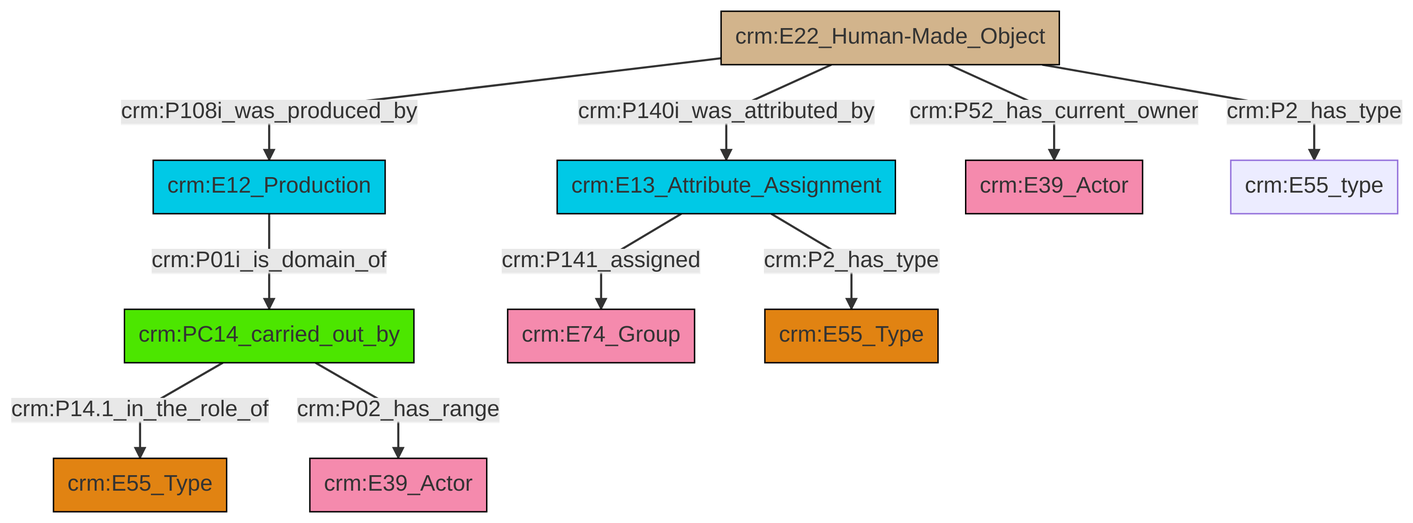
Above: et/builtWorkCSV/ttl/mmd/png/Built_Work_actor_relations.png in swiss-art-research-net/docs.swissartresearch (Mermaid), before the change. Its source is kept beside it as et/builtWorkCSV/ttl/mmd/Built_Work_actor_relations.ttl.mmd.
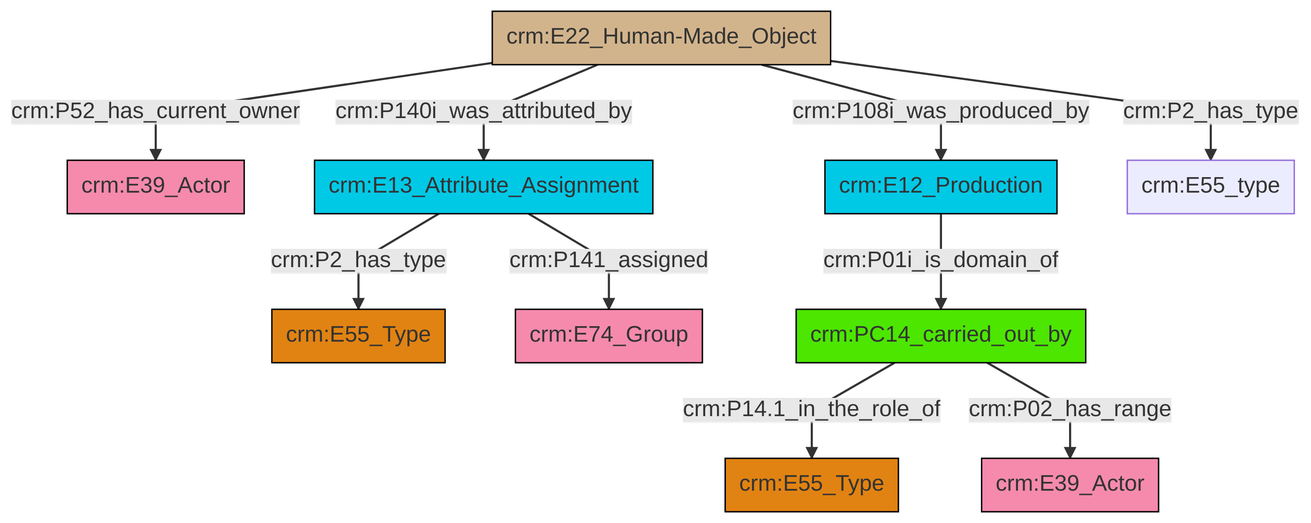
The same file after the commit.

Change to the diagram source:
```diff
@@ -13,12 +13,12 @@
 classDef PC_Classes fill:#4ce600, stroke:#000000;
 classDef Multi fill:#cccccc,stroke:#000000;
 
-0["crm:PC14_carried_out_by"]:::PC_Classes -->|crm:P14.1_in_the_role_of| 1["crm:E55_Type"]:::Type
-7["crm:E13_Attribute_Assignment"]:::Temporal_Entity -->|crm:P141_assigned| 2["crm:E74_Group"]:::Actor
-0["crm:PC14_carried_out_by"]:::PC_Classes -->|crm:P02_has_range| 10["crm:E39_Actor"]:::Actor
-7["crm:E13_Attribute_Assignment"]:::Temporal_Entity -->|crm:P2_has_type| 11["crm:E55_Type"]:::Type
-12["crm:E22_Human-Made_Object"]:::Physical_Thing -->|crm:P140i_was_attributed_by| 7["crm:E13_Attribute_Assignment"]:::Temporal_Entity
-5["crm:E12_Production"]:::Temporal_Entity -->|crm:P01i_is_domain_of| 0["crm:PC14_carried_out_by"]:::PC_Classes
-12["crm:E22_Human-Made_Object"]:::Physical_Thing -->|crm:P52_has_current_owner| 8["crm:E39_Actor"]:::Actor
-12["crm:E22_Human-Made_Object"]:::Physical_Thing -->|crm:P2_has_type| 13["crm:E55_type"]:::Default
-12["crm:E22_Human-Made_Object"]:::Physical_Thing -->|crm:P108i_was_produced_by| 5["crm:E12_Production"]:::Temporal_Entity
+0["crm:E22_Human-Made_Object"]:::Physical_Thing -->|crm:P52_has_current_owner| 1["crm:E39_Actor"]:::Actor
+0["crm:E22_Human-Made_Object"]:::Physical_Thing -->|crm:P108i_was_produced_by| 4["crm:E12_Production"]:::Temporal_Entity
+8["crm:PC14_carried_out_by"]:::PC_Classes -->|crm:P14.1_in_the_role_of| 9["crm:E55_Type"]:::Type
+0["crm:E22_Human-Made_Object"]:::Physical_Thing -->|crm:P140i_was_attributed_by| 12["crm:E13_Attribute_Assignment"]:::Temporal_Entity
+12["crm:E13_Attribute_Assignment"]:::Temporal_Entity -->|crm:P141_assigned| 6["crm:E74_Group"]:::Actor
+4["crm:E12_Production"]:::Temporal_Entity -->|crm:P01i_is_domain_of| 8["crm:PC14_carried_out_by"]:::PC_Classes
+0["crm:E22_Human-Made_Object"]:::Physical_Thing -->|crm:P2_has_type| 14["crm:E55_type"]:::Default
+12["crm:E13_Attribute_Assignment"]:::Temporal_Entity -->|crm:P2_has_type| 2["crm:E55_Type"]:::Type
+8["crm:PC14_carried_out_by"]:::PC_Classes -->|crm:P02_has_range| 15["crm:E39_Actor"]:::Actor
```
